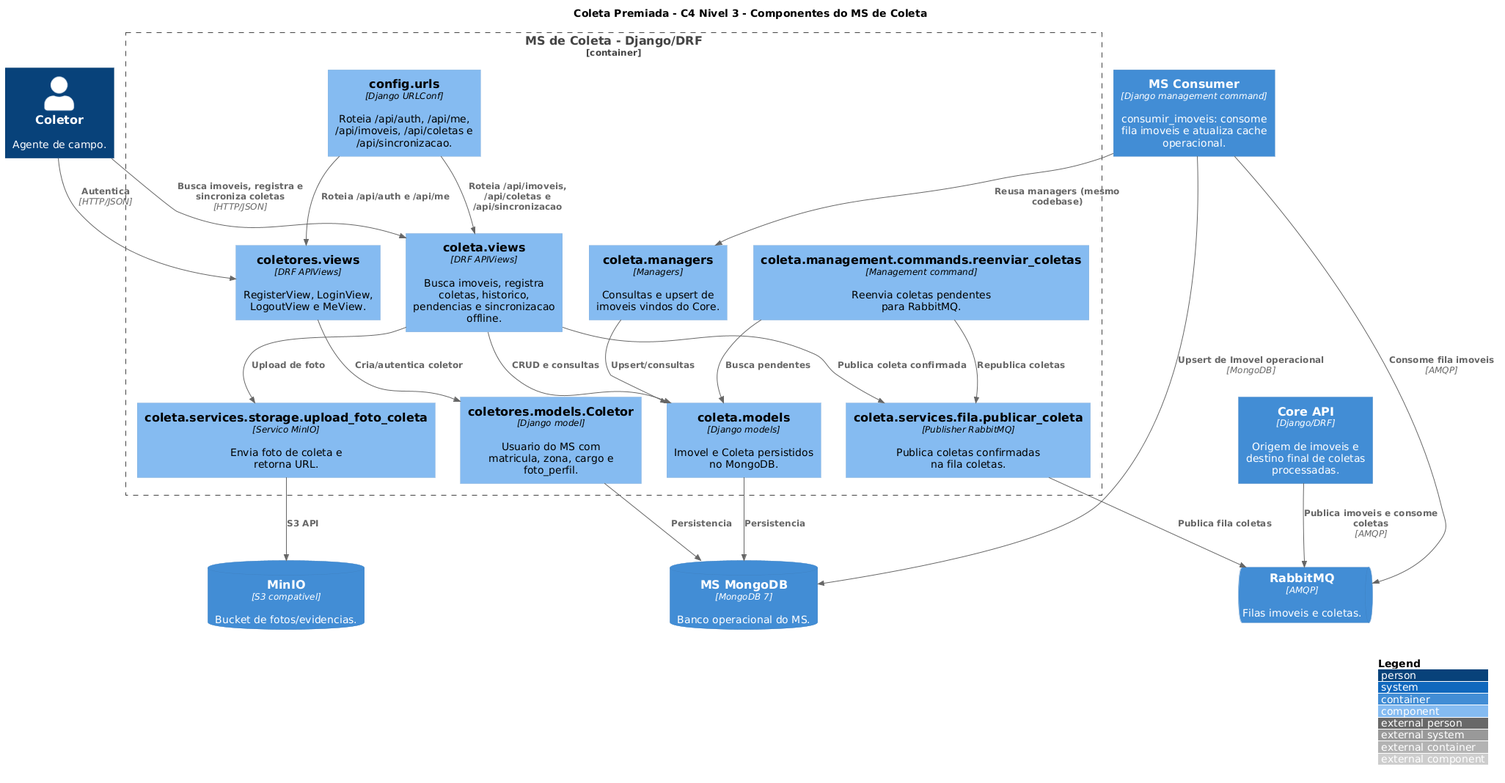
Above: docs/architecture/c4/png/components-ms.png in rangelro/Coleta-Premiada (PlantUML), before the change.
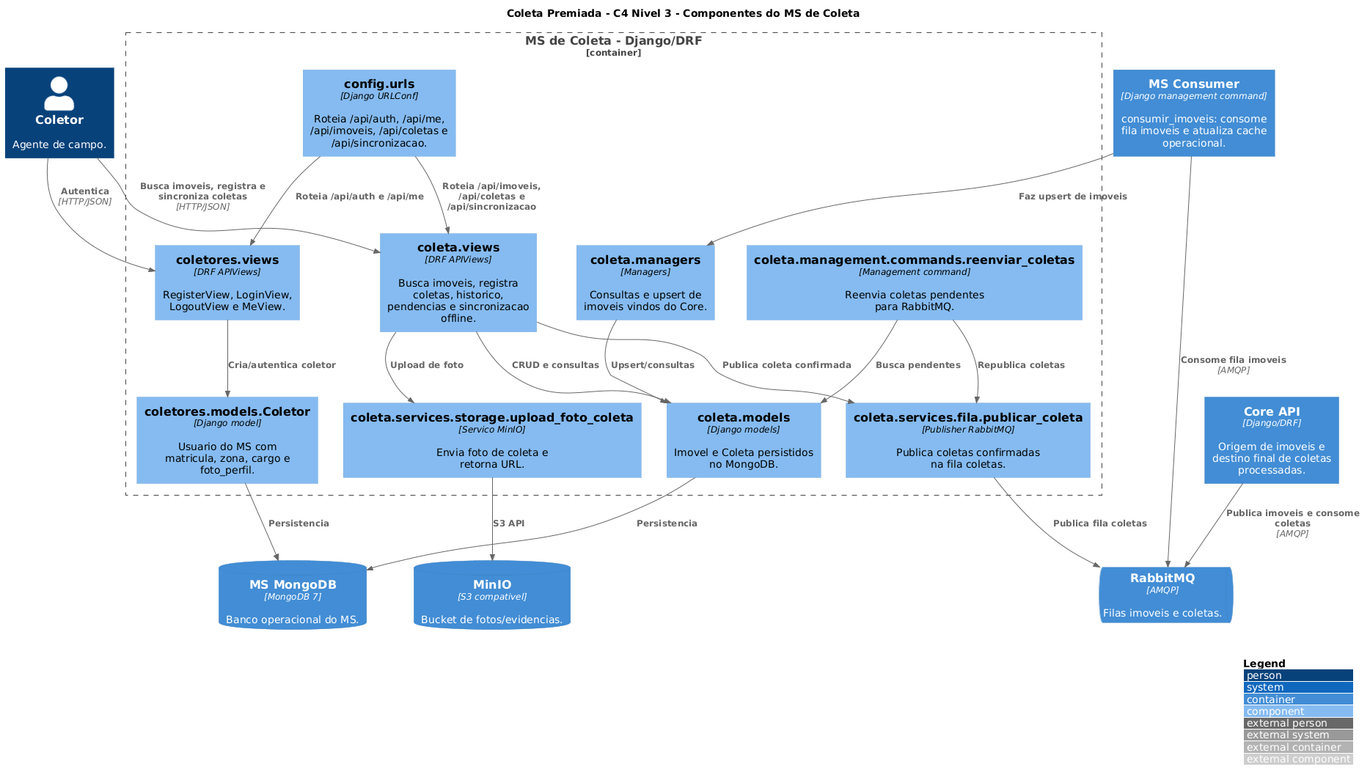
After the change.

What changed in the source:
```diff
@@ -46,8 +46,7 @@
 Rel(reenviar_coletas_cmd, fila_service, "Republica coletas")
 
 Rel(ms_consumer, rabbitmq, "Consome fila imoveis", "AMQP")
-Rel(ms_consumer, ms_db, "Upsert de Imovel operacional", "MongoDB")
-Rel(ms_consumer, coleta_managers, "Reusa managers (mesmo codebase)")
+Rel(ms_consumer, coleta_managers, "Faz upsert de imoveis")
 
 Rel(core, rabbitmq, "Publica imoveis e consome coletas", "AMQP")
 
```
